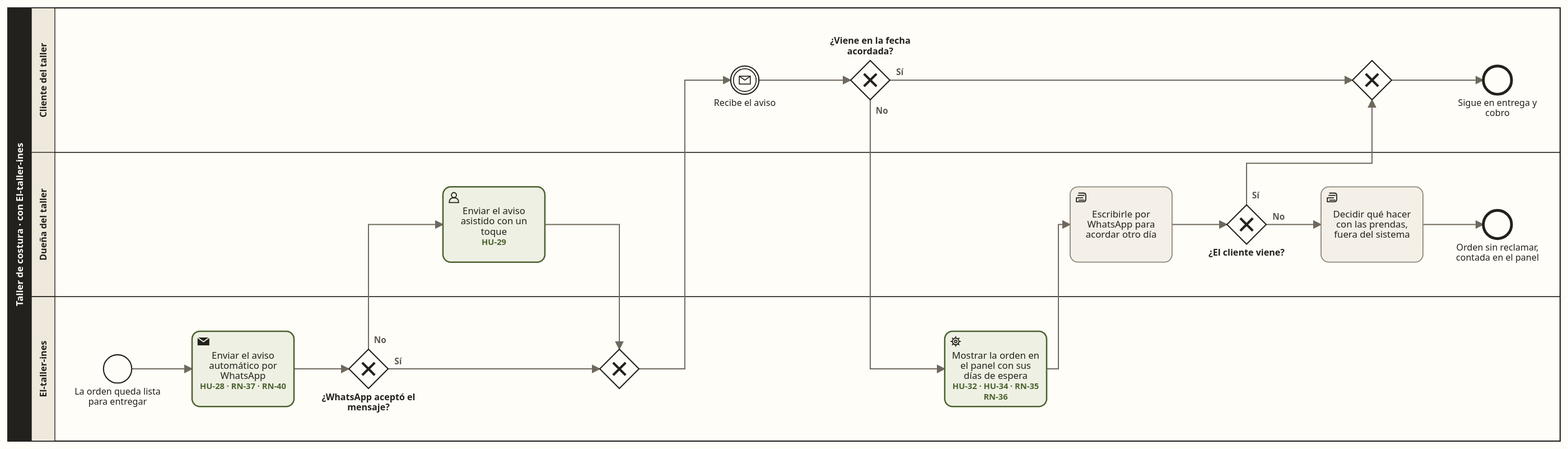
The BPMN diagram docs/01-problema/procesos/propuesto-2-aviso-y-seguimiento.svg in Aryannext/El-taller-ines, before a commit. Its source is kept beside it as docs/01-problema/procesos/propuesto-2-aviso-y-seguimiento.bpmn. Ids are renumbered. The source it was exported from:
```xml
<bpmn:definitions xmlns:bpmn="http://www.omg.org/spec/BPMN/20100524/MODEL" xmlns:bpmndi="http://www.omg.org/spec/BPMN/20100524/DI" xmlns:dc="http://www.omg.org/spec/DD/20100524/DC" xmlns:di="http://www.omg.org/spec/DD/20100524/DI" id="Definiciones_propuesto_2_aviso_y_seguimiento" targetNamespace="https://github.com/Aryannext/El-taller-ines" exporter="scripts/generar_procesos.py" exporterVersion="1.0">
  <bpmn:collaboration id="Colaboracion">
    <bpmn:participant id="Participante" name="Taller de costura · con El-taller-ines · Aviso y seguimiento" processRef="Proceso" />
  </bpmn:collaboration>
  <bpmn:process id="Proceso" name="Aviso y seguimiento" isExecutable="false">
    <bpmn:laneSet id="Carriles">
      <bpmn:lane id="Carril_cliente" name="Cliente del taller">
        <bpmn:flowNodeRef>recibe</bpmn:flowNodeRef>
        <bpmn:flowNodeRef>viene</bpmn:flowNodeRef>
        <bpmn:flowNodeRef>une</bpmn:flowNodeRef>
        <bpmn:flowNodeRef>fin</bpmn:flowNodeRef>
      </bpmn:lane>
      <bpmn:lane id="Carril_duena" name="Dueña del taller">
        <bpmn:flowNodeRef>asistido</bpmn:flowNodeRef>
        <bpmn:flowNodeRef>escribe</bpmn:flowNodeRef>
        <bpmn:flowNodeRef>vuelve</bpmn:flowNodeRef>
        <bpmn:flowNodeRef>decide</bpmn:flowNodeRef>
        <bpmn:flowNodeRef>sin_reclamar</bpmn:flowNodeRef>
      </bpmn:lane>
      <bpmn:lane id="Carril_sistema" name="El-taller-ines">
        <bpmn:flowNodeRef>lista</bpmn:flowNodeRef>
        <bpmn:flowNodeRef>aviso</bpmn:flowNodeRef>
        <bpmn:flowNodeRef>acepto</bpmn:flowNodeRef>
        <bpmn:flowNodeRef>une_aviso</bpmn:flowNodeRef>
        <bpmn:flowNodeRef>panel</bpmn:flowNodeRef>
      </bpmn:lane>
    </bpmn:laneSet>
    <bpmn:startEvent id="lista" name="La orden queda lista para entregar">
      <bpmn:outgoing>Flujo_0</bpmn:outgoing>
    </bpmn:startEvent>
    <bpmn:sendTask id="aviso" name="Enviar el aviso automático por WhatsApp&#10;HU-28 · RN-37 · RN-40">
      <bpmn:documentation>HU-28 · RN-37 · RN-40</bpmn:documentation>
      <bpmn:incoming>Flujo_0</bpmn:incoming>
      <bpmn:outgoing>Flujo_1</bpmn:outgoing>
    </bpmn:sendTask>
    <bpmn:exclusiveGateway id="acepto" name="¿WhatsApp aceptó el mensaje?">
      <bpmn:incoming>Flujo_1</bpmn:incoming>
      <bpmn:outgoing>Flujo_2</bpmn:outgoing>
      <bpmn:outgoing>Flujo_3</bpmn:outgoing>
    </bpmn:exclusiveGateway>
    <bpmn:userTask id="asistido" name="Enviar el aviso asistido con un toque&#10;HU-29">
      <bpmn:documentation>HU-29</bpmn:documentation>
      <bpmn:incoming>Flujo_3</bpmn:incoming>
      <bpmn:outgoing>Flujo_4</bpmn:outgoing>
    </bpmn:userTask>
    <bpmn:exclusiveGateway id="une_aviso">
      <bpmn:incoming>Flujo_2</bpmn:incoming>
      <bpmn:incoming>Flujo_4</bpmn:incoming>
      <bpmn:outgoing>Flujo_5</bpmn:outgoing>
    </bpmn:exclusiveGateway>
    <bpmn:intermediateCatchEvent id="recibe" name="Recibe el aviso">
      <bpmn:incoming>Flujo_5</bpmn:incoming>
      <bpmn:outgoing>Flujo_6</bpmn:outgoing>
      <bpmn:messageEventDefinition id="Definicion_recibe" />
    </bpmn:intermediateCatchEvent>
    <bpmn:exclusiveGateway id="viene" name="¿Viene en la fecha acordada?">
      <bpmn:incoming>Flujo_6</bpmn:incoming>
      <bpmn:outgoing>Flujo_7</bpmn:outgoing>
      <bpmn:outgoing>Flujo_8</bpmn:outgoing>
    </bpmn:exclusiveGateway>
    <bpmn:serviceTask id="panel" name="Mostrar la orden en el panel con sus días de espera&#10;HU-32 · HU-34 · RN-35 · RN-36">
      <bpmn:documentation>HU-32 · HU-34 · RN-35 · RN-36</bpmn:documentation>
      <bpmn:incoming>Flujo_8</bpmn:incoming>
      <bpmn:outgoing>Flujo_9</bpmn:outgoing>
    </bpmn:serviceTask>
    <bpmn:manualTask id="escribe" name="Escribirle por WhatsApp para acordar otro día">
      <bpmn:incoming>Flujo_9</bpmn:incoming>
      <bpmn:outgoing>Flujo_10</bpmn:outgoing>
    </bpmn:manualTask>
    <bpmn:exclusiveGateway id="vuelve" name="¿El cliente viene?">
      <bpmn:incoming>Flujo_10</bpmn:incoming>
      <bpmn:outgoing>Flujo_11</bpmn:outgoing>
      <bpmn:outgoing>Flujo_12</bpmn:outgoing>
    </bpmn:exclusiveGateway>
    <bpmn:manualTask id="decide" name="Decidir qué hacer con las prendas, fuera del sistema">
      <bpmn:incoming>Flujo_12</bpmn:incoming>
      <bpmn:outgoing>Flujo_13</bpmn:outgoing>
    </bpmn:manualTask>
    <bpmn:endEvent id="sin_reclamar" name="Orden sin reclamar, contada en el panel">
      <bpmn:incoming>Flujo_13</bpmn:incoming>
    </bpmn:endEvent>
    <bpmn:exclusiveGateway id="une">
      <bpmn:incoming>Flujo_7</bpmn:incoming>
      <bpmn:incoming>Flujo_11</bpmn:incoming>
      <bpmn:outgoing>Flujo_14</bpmn:outgoing>
    </bpmn:exclusiveGateway>
    <bpmn:endEvent id="fin" name="Sigue en entrega y cobro">
      <bpmn:incoming>Flujo_14</bpmn:incoming>
    </bpmn:endEvent>
    <bpmn:sequenceFlow id="Flujo_0" sourceRef="lista" targetRef="aviso" />
    <bpmn:sequenceFlow id="Flujo_1" sourceRef="aviso" targetRef="acepto" />
    <bpmn:sequenceFlow id="Flujo_2" name="Sí" sourceRef="acepto" targetRef="une_aviso" />
    <bpmn:sequenceFlow id="Flujo_3" name="No" sourceRef="acepto" targetRef="asistido" />
    <bpmn:sequenceFlow id="Flujo_4" sourceRef="asistido" targetRef="une_aviso" />
    <bpmn:sequenceFlow id="Flujo_5" sourceRef="une_aviso" targetRef="recibe" />
    <bpmn:sequenceFlow id="Flujo_6" sourceRef="recibe" targetRef="viene" />
    <bpmn:sequenceFlow id="Flujo_7" name="Sí" sourceRef="viene" targetRef="une" />
    <bpmn:sequenceFlow id="Flujo_8" name="No" sourceRef="viene" targetRef="panel" />
    <bpmn:sequenceFlow id="Flujo_9" sourceRef="panel" targetRef="escribe" />
    <bpmn:sequenceFlow id="Flujo_10" sourceRef="escribe" targetRef="vuelve" />
    <bpmn:sequenceFlow id="Flujo_11" name="Sí" sourceRef="vuelve" targetRef="une" />
    <bpmn:sequenceFlow id="Flujo_12" name="No" sourceRef="vuelve" targetRef="decide" />
    <bpmn:sequenceFlow id="Flujo_13" sourceRef="decide" targetRef="sin_reclamar" />
    <bpmn:sequenceFlow id="Flujo_14" sourceRef="une" targetRef="fin" />
  </bpmn:process>
  <bpmndi:BPMNDiagram id="Diagrama">
    <bpmndi:BPMNPlane id="Plano" bpmnElement="Colaboracion">
      <bpmndi:BPMNShape id="Participante_di" bpmnElement="Participante" isHorizontal="true">
        <dc:Bounds x="10" y="10" width="1980" height="552" />
      </bpmndi:BPMNShape>
      <bpmndi:BPMNShape id="Carril_cliente_di" bpmnElement="Carril_cliente" isHorizontal="true">
        <dc:Bounds x="40" y="10" width="1950" height="184" />
      </bpmndi:BPMNShape>
      <bpmndi:BPMNShape id="Carril_duena_di" bpmnElement="Carril_duena" isHorizontal="true">
        <dc:Bounds x="40" y="194" width="1950" height="184" />
      </bpmndi:BPMNShape>
      <bpmndi:BPMNShape id="Carril_sistema_di" bpmnElement="Carril_sistema" isHorizontal="true">
        <dc:Bounds x="40" y="378" width="1950" height="184" />
      </bpmndi:BPMNShape>
      <bpmndi:BPMNShape id="lista_di" bpmnElement="lista">
        <dc:Bounds x="132" y="452" width="36" height="36" />
      </bpmndi:BPMNShape>
      <bpmndi:BPMNShape id="aviso_di" bpmnElement="aviso">
        <dc:Bounds x="245" y="422" width="130" height="96" />
      </bpmndi:BPMNShape>
      <bpmndi:BPMNShape id="acepto_di" bpmnElement="acepto" isMarkerVisible="true">
        <dc:Bounds x="445" y="445" width="50" height="50" />
      </bpmndi:BPMNShape>
      <bpmndi:BPMNShape id="asistido_di" bpmnElement="asistido">
        <dc:Bounds x="565" y="238" width="130" height="96" />
      </bpmndi:BPMNShape>
      <bpmndi:BPMNShape id="une_aviso_di" bpmnElement="une_aviso" isMarkerVisible="true">
        <dc:Bounds x="765" y="445" width="50" height="50" />
      </bpmndi:BPMNShape>
      <bpmndi:BPMNShape id="recibe_di" bpmnElement="recibe">
        <dc:Bounds x="932" y="84" width="36" height="36" />
      </bpmndi:BPMNShape>
      <bpmndi:BPMNShape id="viene_di" bpmnElement="viene" isMarkerVisible="true">
        <dc:Bounds x="1085" y="77" width="50" height="50" />
      </bpmndi:BPMNShape>
      <bpmndi:BPMNShape id="panel_di" bpmnElement="panel">
        <dc:Bounds x="1205" y="422" width="130" height="96" />
      </bpmndi:BPMNShape>
      <bpmndi:BPMNShape id="escribe_di" bpmnElement="escribe">
        <dc:Bounds x="1365" y="238" width="130" height="96" />
      </bpmndi:BPMNShape>
      <bpmndi:BPMNShape id="vuelve_di" bpmnElement="vuelve" isMarkerVisible="true">
        <dc:Bounds x="1565" y="261" width="50" height="50" />
      </bpmndi:BPMNShape>
      <bpmndi:BPMNShape id="decide_di" bpmnElement="decide">
        <dc:Bounds x="1685" y="238" width="130" height="96" />
      </bpmndi:BPMNShape>
      <bpmndi:BPMNShape id="sin_reclamar_di" bpmnElement="sin_reclamar">
        <dc:Bounds x="1892" y="268" width="36" height="36" />
      </bpmndi:BPMNShape>
      <bpmndi:BPMNShape id="une_di" bpmnElement="une" isMarkerVisible="true">
        <dc:Bounds x="1725" y="77" width="50" height="50" />
      </bpmndi:BPMNShape>
      <bpmndi:BPMNShape id="fin_di" bpmnElement="fin">
        <dc:Bounds x="1892" y="84" width="36" height="36" />
      </bpmndi:BPMNShape>
      <bpmndi:BPMNEdge id="Flujo_0_di" bpmnElement="Flujo_0">
        <di:waypoint x="168" y="470" />
        <di:waypoint x="245" y="470" />
      </bpmndi:BPMNEdge>
      <bpmndi:BPMNEdge id="Flujo_1_di" bpmnElement="Flujo_1">
        <di:waypoint x="375" y="470" />
        <di:waypoint x="445" y="470" />
      </bpmndi:BPMNEdge>
      <bpmndi:BPMNEdge id="Flujo_2_di" bpmnElement="Flujo_2">
        <di:waypoint x="495" y="470" />
        <di:waypoint x="765" y="470" />
        <bpmndi:BPMNLabel>
          <dc:Bounds x="503" y="452" width="22" height="14" />
        </bpmndi:BPMNLabel>
      </bpmndi:BPMNEdge>
      <bpmndi:BPMNEdge id="Flujo_3_di" bpmnElement="Flujo_3">
        <di:waypoint x="470" y="445" />
        <di:waypoint x="470" y="286" />
        <di:waypoint x="565" y="286" />
        <bpmndi:BPMNLabel>
          <dc:Bounds x="477" y="425" width="22" height="14" />
        </bpmndi:BPMNLabel>
      </bpmndi:BPMNEdge>
      <bpmndi:BPMNEdge id="Flujo_4_di" bpmnElement="Flujo_4">
        <di:waypoint x="695" y="286" />
        <di:waypoint x="790" y="286" />
        <di:waypoint x="790" y="445" />
      </bpmndi:BPMNEdge>
      <bpmndi:BPMNEdge id="Flujo_5_di" bpmnElement="Flujo_5">
        <di:waypoint x="815" y="470" />
        <di:waypoint x="874" y="470" />
        <di:waypoint x="874" y="102" />
        <di:waypoint x="932" y="102" />
      </bpmndi:BPMNEdge>
      <bpmndi:BPMNEdge id="Flujo_6_di" bpmnElement="Flujo_6">
        <di:waypoint x="968" y="102" />
        <di:waypoint x="1085" y="102" />
      </bpmndi:BPMNEdge>
      <bpmndi:BPMNEdge id="Flujo_7_di" bpmnElement="Flujo_7">
        <di:waypoint x="1135" y="102" />
        <di:waypoint x="1725" y="102" />
        <bpmndi:BPMNLabel>
          <dc:Bounds x="1143" y="84" width="22" height="14" />
        </bpmndi:BPMNLabel>
      </bpmndi:BPMNEdge>
      <bpmndi:BPMNEdge id="Flujo_8_di" bpmnElement="Flujo_8">
        <di:waypoint x="1110" y="127" />
        <di:waypoint x="1110" y="470" />
        <di:waypoint x="1205" y="470" />
        <bpmndi:BPMNLabel>
          <dc:Bounds x="1117" y="133" width="22" height="14" />
        </bpmndi:BPMNLabel>
      </bpmndi:BPMNEdge>
      <bpmndi:BPMNEdge id="Flujo_9_di" bpmnElement="Flujo_9">
        <di:waypoint x="1335" y="470" />
        <di:waypoint x="1350" y="470" />
        <di:waypoint x="1350" y="286" />
        <di:waypoint x="1365" y="286" />
      </bpmndi:BPMNEdge>
      <bpmndi:BPMNEdge id="Flujo_10_di" bpmnElement="Flujo_10">
        <di:waypoint x="1495" y="286" />
        <di:waypoint x="1565" y="286" />
      </bpmndi:BPMNEdge>
      <bpmndi:BPMNEdge id="Flujo_11_di" bpmnElement="Flujo_11">
        <di:waypoint x="1590" y="261" />
        <di:waypoint x="1590" y="208" />
        <di:waypoint x="1750" y="208" />
        <di:waypoint x="1750" y="127" />
        <bpmndi:BPMNLabel>
          <dc:Bounds x="1597" y="241" width="22" height="14" />
        </bpmndi:BPMNLabel>
      </bpmndi:BPMNEdge>
      <bpmndi:BPMNEdge id="Flujo_12_di" bpmnElement="Flujo_12">
        <di:waypoint x="1615" y="286" />
        <di:waypoint x="1685" y="286" />
        <bpmndi:BPMNLabel>
          <dc:Bounds x="1623" y="268" width="22" height="14" />
        </bpmndi:BPMNLabel>
      </bpmndi:BPMNEdge>
      <bpmndi:BPMNEdge id="Flujo_13_di" bpmnElement="Flujo_13">
        <di:waypoint x="1815" y="286" />
        <di:waypoint x="1892" y="286" />
      </bpmndi:BPMNEdge>
      <bpmndi:BPMNEdge id="Flujo_14_di" bpmnElement="Flujo_14">
        <di:waypoint x="1775" y="102" />
        <di:waypoint x="1892" y="102" />
      </bpmndi:BPMNEdge>
    </bpmndi:BPMNPlane>
  </bpmndi:BPMNDiagram>
</bpmn:definitions>
```
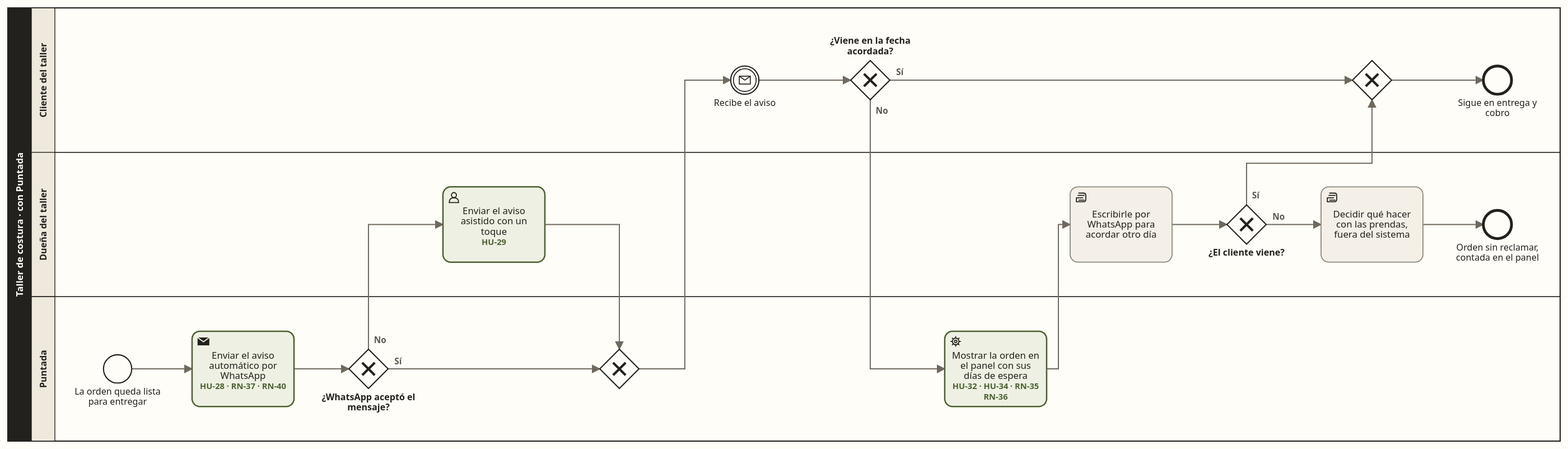
After the change.

Commit message:
refactor: el portal y los diagramas de proceso también dicen Puntada

Diff of the diagram source:
```diff
@@ -1,6 +1,6 @@
-<bpmn:definitions xmlns:bpmn="http://www.omg.org/spec/BPMN/20100524/MODEL" xmlns:bpmndi="http://www.omg.org/spec/BPMN/20100524/DI" xmlns:dc="http://www.omg.org/spec/DD/20100524/DC" xmlns:di="http://www.omg.org/spec/DD/20100524/DI" id="Definiciones_propuesto_2_aviso_y_seguimiento" targetNamespace="https://github.com/Aryannext/El-taller-ines" exporter="scripts/generar_procesos.py" exporterVersion="1.0">
+<bpmn:definitions xmlns:bpmn="http://www.omg.org/spec/BPMN/20100524/MODEL" xmlns:bpmndi="http://www.omg.org/spec/BPMN/20100524/DI" xmlns:dc="http://www.omg.org/spec/DD/20100524/DC" xmlns:di="http://www.omg.org/spec/DD/20100524/DI" id="Definiciones_propuesto_2_aviso_y_seguimiento" targetNamespace="https://github.com/Aryannext/puntada" exporter="scripts/generar_procesos.py" exporterVersion="1.0">
   <bpmn:collaboration id="Colaboracion">
-    <bpmn:participant id="Participante" name="Taller de costura · con El-taller-ines · Aviso y seguimiento" processRef="Proceso" />
+    <bpmn:participant id="Participante" name="Taller de costura · con Puntada · Aviso y seguimiento" processRef="Proceso" />
   </bpmn:collaboration>
   <bpmn:process id="Proceso" name="Aviso y seguimiento" isExecutable="false">
     <bpmn:laneSet id="Carriles">
@@ -17,7 +17,7 @@
         <bpmn:flowNodeRef>decide</bpmn:flowNodeRef>
         <bpmn:flowNodeRef>sin_reclamar</bpmn:flowNodeRef>
       </bpmn:lane>
-      <bpmn:lane id="Carril_sistema" name="El-taller-ines">
+      <bpmn:lane id="Carril_sistema" name="Puntada">
         <bpmn:flowNodeRef>lista</bpmn:flowNodeRef>
         <bpmn:flowNodeRef>aviso</bpmn:flowNodeRef>
         <bpmn:flowNodeRef>acepto</bpmn:flowNodeRef>
```
